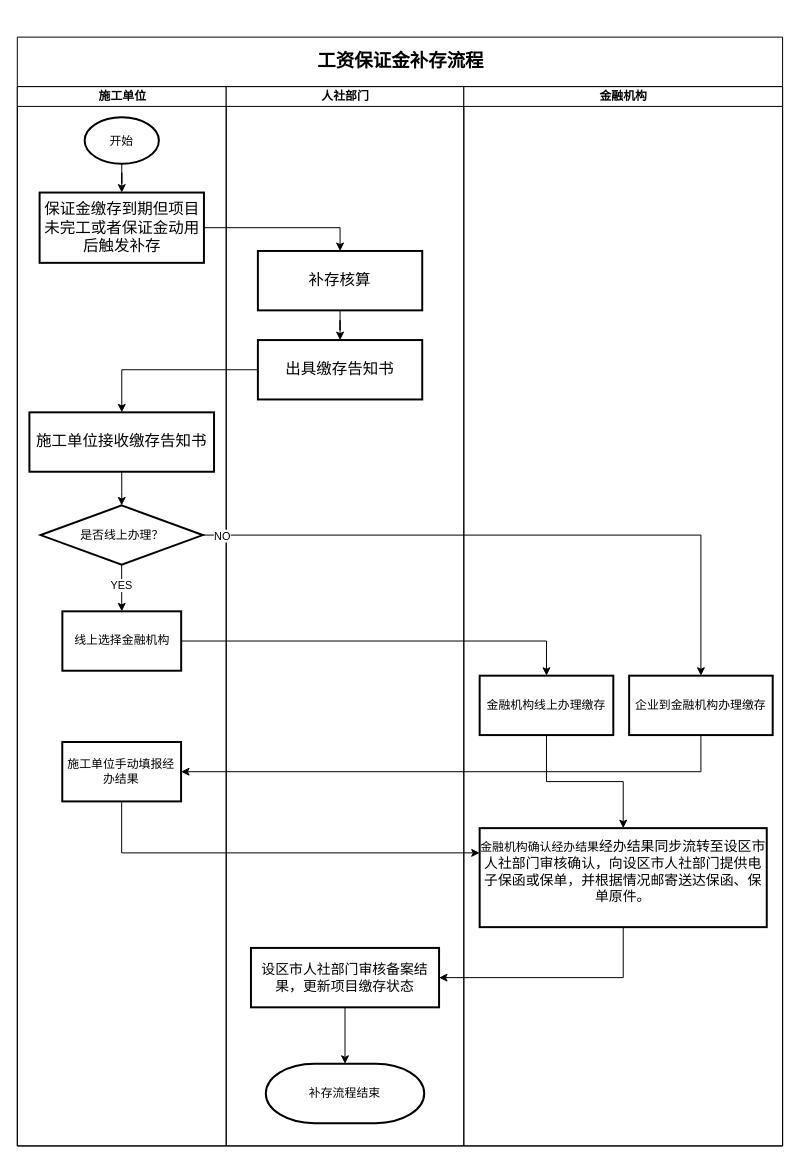
coderjbin/drawio keeps this draw.io diagram as page "工资保证金补存流程" (2 of 4) of 农民工工资详细设计流程图.drawio. Above is the earlier version. Source tidied: cells renumbered, new cells numbered last; positions are measured from the earlier drawing's top-left corner, leaving out a move shared by most shapes. Both pictures are drawn from the tidied source at 99%, with x=0, y=0 at pixel (17, 37).
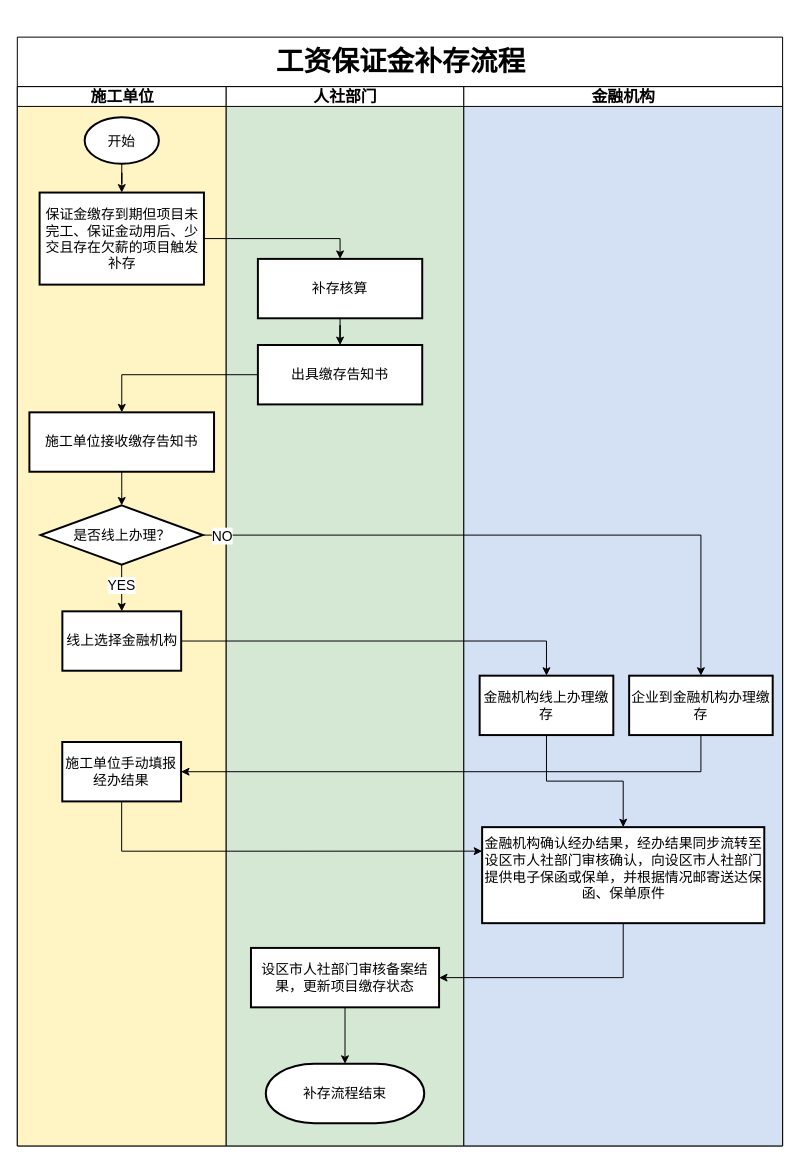
The same page after the edit.

Change to the diagram source:
```diff
@@
-    <mxCell id="2" value="&lt;p style=&quot;text-align:left;&quot; class=&quot;MsoNormal&quot;&gt;&lt;b&gt;&lt;span style=&quot;font-family: 方正仿宋_GB2312; font-size: 14pt;&quot;&gt;工资保证金补存流程&lt;/span&gt;&lt;/b&gt;&lt;b&gt;&lt;span style=&quot;font-family: 方正仿宋_GB2312; font-size: 14pt;&quot;&gt;&lt;/span&gt;&lt;/b&gt;&lt;/p&gt;" style="swimlane;startSize=50;html=1;" parent="1" vertex="1">
+    <mxCell id="2" value="&lt;p class=&quot;MsoNormal&quot; style=&quot;text-align: left; font-size: 28px;&quot;&gt;&lt;b style=&quot;font-size: 28px;&quot;&gt;&lt;span style=&quot;font-size: 28px;&quot;&gt;工资保证金补存流程&lt;/span&gt;&lt;/b&gt;&lt;b style=&quot;font-size: 28px;&quot;&gt;&lt;span style=&quot;font-size: 28px;&quot;&gt;&lt;/span&gt;&lt;/b&gt;&lt;/p&gt;" style="swimlane;startSize=50;html=1;fontFamily=Helvetica;fontSize=28;" parent="1" vertex="1">
       <mxGeometry width="773" height="1120" as="geometry" />
     </mxCell>
-    <mxCell id="3" value="施工单位" style="swimlane;startSize=20;html=1;" parent="2" vertex="1">
+    <mxCell id="3" value="施工单位" style="swimlane;startSize=20;html=1;fontFamily=Helvetica;fontSize=16;swimlaneFillColor=#FFF4C3;" parent="2" vertex="1">
       <mxGeometry y="50" width="211" height="1070" as="geometry" />
     </mxCell>
-    <mxCell id="4" value="开始" style="strokeWidth=2;html=1;shape=mxgraph.flowchart.start_2;whiteSpace=wrap;" parent="3" vertex="1">
+    <mxCell id="4" value="开始" style="strokeWidth=2;html=1;shape=mxgraph.flowchart.start_2;whiteSpace=wrap;fontFamily=Helvetica;fontSize=14;" parent="3" vertex="1">
       <mxGeometry x="68" y="31" width="75" height="47" as="geometry" />
     </mxCell>
-    <mxCell id="5" value="&lt;p class=&quot;MsoNormal&quot;&gt;&lt;span style=&quot;font-family: 方正仿宋_GB2312;&quot;&gt;&lt;font style=&quot;font-size: 15.6667px;&quot;&gt;保证金缴存到期但项目未完工或者保证金动用后触发补存&lt;/font&gt;&lt;/span&gt;&lt;/p&gt;" style="whiteSpace=wrap;html=1;strokeWidth=2;" parent="3" vertex="1">
-      <mxGeometry x="22.5" y="107" width="166" height="71" as="geometry" />
+    <mxCell id="5" value="&lt;p style=&quot;font-size: 14px;&quot; class=&quot;MsoNormal&quot;&gt;&lt;span style=&quot;font-size: 14px;&quot;&gt;&lt;font style=&quot;font-size: 14px;&quot;&gt;保证金缴存到期但项目未完工、保证金动用后、&lt;/font&gt;&lt;/span&gt;&lt;span style=&quot;background-color: initial; font-size: 14px;&quot;&gt;少交且存在欠薪的项目&lt;/span&gt;&lt;span style=&quot;font-size: 14px; background-color: initial;&quot;&gt;触发补存&lt;/span&gt;&lt;/p&gt;" style="whiteSpace=wrap;html=1;strokeWidth=2;fontFamily=Helvetica;fontSize=14;" parent="3" vertex="1">
+      <mxGeometry x="22.5" y="107" width="166" height="93" as="geometry" />
     </mxCell>
-    <mxCell id="6" style="edgeStyle=orthogonalEdgeStyle;rounded=0;jettySize=auto;html=1;" parent="3" edge="1" source="4" target="5">
+    <mxCell id="6" style="edgeStyle=orthogonalEdgeStyle;rounded=0;jettySize=auto;html=1;fontFamily=Helvetica;fontSize=14;" parent="3" edge="1" source="4" target="5">
       <mxGeometry relative="1" as="geometry" />
     </mxCell>
-    <mxCell id="7" value="&lt;p class=&quot;MsoNormal&quot;&gt;&lt;span style=&quot;font-family: 方正仿宋_GB2312;&quot;&gt;&lt;font style=&quot;font-size: 15.6667px;&quot;&gt;施工单位接收缴存告知书&lt;/font&gt;&lt;/span&gt;&lt;/p&gt;" style="whiteSpace=wrap;html=1;strokeWidth=2;" parent="3" vertex="1">
+    <mxCell id="7" value="&lt;p style=&quot;font-size: 14px;&quot; class=&quot;MsoNormal&quot;&gt;&lt;span style=&quot;font-size: 14px;&quot;&gt;&lt;font style=&quot;font-size: 14px;&quot;&gt;施工单位接收缴存告知书&lt;/font&gt;&lt;/span&gt;&lt;/p&gt;" style="whiteSpace=wrap;html=1;strokeWidth=2;fontFamily=Helvetica;fontSize=14;" parent="3" vertex="1">
       <mxGeometry x="12.2" y="329" width="186.5" height="60" as="geometry" />
     </mxCell>
-    <mxCell id="8" value="是否线上办理？" style="rhombus;whiteSpace=wrap;html=1;strokeWidth=2;" parent="3" vertex="1">
+    <mxCell id="8" value="是否线上办理？" style="rhombus;whiteSpace=wrap;html=1;strokeWidth=2;fontFamily=Helvetica;fontSize=14;" parent="3" vertex="1">
       <mxGeometry x="23.5" y="423" width="163.8" height="60" as="geometry" />
     </mxCell>
-    <mxCell id="9" style="edgeStyle=orthogonalEdgeStyle;rounded=0;jettySize=auto;html=1;exitX=0.5;exitY=1;exitDx=0;exitDy=0;" parent="3" edge="1" source="7" target="8">
+    <mxCell id="9" style="edgeStyle=orthogonalEdgeStyle;rounded=0;jettySize=auto;html=1;exitX=0.5;exitY=1;exitDx=0;exitDy=0;fontFamily=Helvetica;fontSize=14;" parent="3" edge="1" source="7" target="8">
       <mxGeometry relative="1" as="geometry" />
     </mxCell>
-    <mxCell id="10" value="线上选择金融机构" style="whiteSpace=wrap;html=1;strokeWidth=2;" parent="3" vertex="1">
+    <mxCell id="10" value="线上选择金融机构" style="whiteSpace=wrap;html=1;strokeWidth=2;fontFamily=Helvetica;fontSize=14;" parent="3" vertex="1">
       <mxGeometry x="45.5" y="530" width="120" height="60" as="geometry" />
     </mxCell>
-    <mxCell id="11" style="edgeStyle=orthogonalEdgeStyle;rounded=0;jettySize=auto;html=1;" parent="3" edge="1" source="8" target="10">
+    <mxCell id="11" style="edgeStyle=orthogonalEdgeStyle;rounded=0;jettySize=auto;html=1;fontFamily=Helvetica;fontSize=14;" parent="3" edge="1" source="8" target="10">
       <mxGeometry relative="1" as="geometry" />
     </mxCell>
-    <mxCell id="12" value="YES" style="edgeLabel;html=1;align=center;verticalAlign=middle;" parent="11" vertex="1">
+    <mxCell id="12" value="YES" style="edgeLabel;html=1;align=center;verticalAlign=middle;fontFamily=Helvetica;fontSize=14;" parent="11" vertex="1">
       <mxGeometry x="-0.14" y="-1" relative="1" as="geometry" />
     </mxCell>
-    <mxCell id="13" value="施工单位手动填报经办结果" style="whiteSpace=wrap;html=1;strokeWidth=2;" parent="3" vertex="1">
+    <mxCell id="13" value="施工单位手动填报经办结果" style="whiteSpace=wrap;html=1;strokeWidth=2;fontFamily=Helvetica;fontSize=14;" parent="3" vertex="1">
       <mxGeometry x="45.4" y="662" width="120" height="60" as="geometry" />
     </mxCell>
-    <mxCell id="14" value="人社部门" style="swimlane;startSize=20;html=1;" parent="2" vertex="1">
+    <mxCell id="14" value="人社部门" style="swimlane;startSize=20;html=1;fontFamily=Helvetica;fontSize=16;swimlaneFillColor=#D5E8D4;" parent="2" vertex="1">
       <mxGeometry x="211" y="50" width="240" height="1070" as="geometry" />
     </mxCell>
-    <mxCell id="15" style="edgeStyle=orthogonalEdgeStyle;rounded=0;jettySize=auto;html=1;" parent="14" edge="1" source="16" target="17">
+    <mxCell id="15" style="edgeStyle=orthogonalEdgeStyle;rounded=0;jettySize=auto;html=1;fontFamily=Helvetica;fontSize=14;" parent="14" edge="1" source="16" target="17">
       <mxGeometry relative="1" as="geometry" />
     </mxCell>
-    <mxCell id="16" value="&lt;p class=&quot;MsoNormal&quot;&gt;&lt;span style=&quot;font-family: 方正仿宋_GB2312;&quot;&gt;&lt;font style=&quot;font-size: 15.6667px;&quot;&gt;补存核算&lt;/font&gt;&lt;/span&gt;&lt;/p&gt;" style="whiteSpace=wrap;html=1;strokeWidth=2;" parent="14" vertex="1">
-      <mxGeometry x="32" y="166" width="166" height="60" as="geometry" />
+    <mxCell id="16" value="&lt;p style=&quot;font-size: 14px;&quot; class=&quot;MsoNormal&quot;&gt;&lt;span style=&quot;font-size: 14px;&quot;&gt;&lt;font style=&quot;font-size: 14px;&quot;&gt;补存核算&lt;/font&gt;&lt;/span&gt;&lt;/p&gt;" style="whiteSpace=wrap;html=1;strokeWidth=2;fontFamily=Helvetica;fontSize=14;" parent="14" vertex="1">
+      <mxGeometry x="32" y="174" width="166" height="60" as="geometry" />
     </mxCell>
-    <mxCell id="17" value="&lt;p class=&quot;MsoNormal&quot;&gt;&lt;span style=&quot;font-family: 方正仿宋_GB2312;&quot;&gt;&lt;font style=&quot;font-size: 15.6667px;&quot;&gt;出具缴存告知书&lt;/font&gt;&lt;/span&gt;&lt;/p&gt;" style="whiteSpace=wrap;html=1;strokeWidth=2;" parent="14" vertex="1">
-      <mxGeometry x="32" y="256" width="166" height="60" as="geometry" />
+    <mxCell id="17" value="&lt;p style=&quot;font-size: 14px;&quot; class=&quot;MsoNormal&quot;&gt;&lt;span style=&quot;font-size: 14px;&quot;&gt;&lt;font style=&quot;font-size: 14px;&quot;&gt;出具缴存告知书&lt;/font&gt;&lt;/span&gt;&lt;/p&gt;" style="whiteSpace=wrap;html=1;strokeWidth=2;fontFamily=Helvetica;fontSize=14;" parent="14" vertex="1">
+      <mxGeometry x="32" y="261" width="166" height="60" as="geometry" />
     </mxCell>
-    <mxCell id="18" value="补存流程结束" style="strokeWidth=2;html=1;shape=mxgraph.flowchart.terminator;whiteSpace=wrap;" parent="14" vertex="1">
+    <mxCell id="18" value="补存流程结束" style="strokeWidth=2;html=1;shape=mxgraph.flowchart.terminator;whiteSpace=wrap;fontFamily=Helvetica;fontSize=14;" parent="14" vertex="1">
       <mxGeometry x="40" y="987" width="160" height="60" as="geometry" />
     </mxCell>
-    <mxCell id="19" value="&lt;p class=&quot;MsoNormal&quot;&gt;&lt;span style=&quot;font-family: 宋体; font-size: 10.5pt;&quot;&gt;设区市人社部门审核备案结果，更新项目缴存状态&lt;/span&gt;&lt;/p&gt;" style="whiteSpace=wrap;html=1;strokeWidth=2;" parent="14" vertex="1">
+    <mxCell id="19" value="&lt;p style=&quot;font-size: 14px;&quot; class=&quot;MsoNormal&quot;&gt;&lt;span style=&quot;font-size: 14px;&quot;&gt;设区市人社部门审核备案结果，更新项目缴存状态&lt;/span&gt;&lt;/p&gt;" style="whiteSpace=wrap;html=1;strokeWidth=2;fontFamily=Helvetica;fontSize=14;" parent="14" vertex="1">
       <mxGeometry x="25" y="870" width="190" height="60" as="geometry" />
     </mxCell>
-    <mxCell id="20" style="edgeStyle=orthogonalEdgeStyle;rounded=0;jettySize=auto;html=1;entryX=0.5;entryY=0;entryDx=0;entryDy=0;entryPerimeter=0;" parent="14" edge="1" source="19" target="18">
+    <mxCell id="20" style="edgeStyle=orthogonalEdgeStyle;rounded=0;jettySize=auto;html=1;entryX=0.5;entryY=0;entryDx=0;entryDy=0;entryPerimeter=0;fontFamily=Helvetica;fontSize=14;" parent="14" edge="1" source="19" target="18">
       <mxGeometry relative="1" as="geometry" />
     </mxCell>
-    <mxCell id="21" style="edgeStyle=orthogonalEdgeStyle;rounded=0;jettySize=auto;html=1;entryX=0.5;entryY=0;entryDx=0;entryDy=0;" parent="2" edge="1" source="5" target="16">
+    <mxCell id="21" style="edgeStyle=orthogonalEdgeStyle;rounded=0;jettySize=auto;html=1;entryX=0.5;entryY=0;entryDx=0;entryDy=0;fontFamily=Helvetica;fontSize=14;" parent="2" edge="1" source="5" target="16">
       <mxGeometry relative="1" as="geometry" />
     </mxCell>
-    <mxCell id="22" style="edgeStyle=orthogonalEdgeStyle;rounded=0;jettySize=auto;html=1;" parent="2" edge="1" source="17" target="7">
+    <mxCell id="22" style="edgeStyle=orthogonalEdgeStyle;rounded=0;jettySize=auto;html=1;fontFamily=Helvetica;fontSize=14;" parent="2" edge="1" source="17" target="7">
       <mxGeometry relative="1" as="geometry" />
     </mxCell>
-    <mxCell id="23" value="金融机构" style="swimlane;startSize=20;html=1;" parent="2" vertex="1">
+    <mxCell id="23" value="金融机构" style="swimlane;startSize=20;html=1;fontFamily=Helvetica;fontSize=16;swimlaneFillColor=#D4E1F5;" parent="2" vertex="1">
       <mxGeometry x="451" y="50" width="322" height="1070" as="geometry" />
     </mxCell>
-    <mxCell id="24" value="企业到金融机构办理缴存" style="whiteSpace=wrap;html=1;strokeWidth=2;" parent="23" vertex="1">
+    <mxCell id="24" value="企业到金融机构办理缴存" style="whiteSpace=wrap;html=1;strokeWidth=2;fontFamily=Helvetica;fontSize=14;" parent="23" vertex="1">
       <mxGeometry x="167" y="595" width="145" height="60" as="geometry" />
     </mxCell>
-    <mxCell id="25" style="edgeStyle=orthogonalEdgeStyle;rounded=0;jettySize=auto;html=1;entryX=0.5;entryY=0;entryDx=0;entryDy=0;" parent="23" edge="1" source="26" target="27">
+    <mxCell id="25" style="edgeStyle=orthogonalEdgeStyle;rounded=0;jettySize=auto;html=1;entryX=0.5;entryY=0;entryDx=0;entryDy=0;fontFamily=Helvetica;fontSize=14;" parent="23" edge="1" source="26" target="27">
       <mxGeometry relative="1" as="geometry" />
     </mxCell>
-    <mxCell id="26" value="金融机构线上办理缴存" style="whiteSpace=wrap;html=1;strokeWidth=2;" parent="23" vertex="1">
+    <mxCell id="26" value="金融机构线上办理缴存" style="whiteSpace=wrap;html=1;strokeWidth=2;fontFamily=Helvetica;fontSize=14;" parent="23" vertex="1">
       <mxGeometry x="16" y="595" width="135" height="60" as="geometry" />
     </mxCell>
-    <mxCell id="27" value="金融机构确认经办结果&lt;span style=&quot;text-indent: -94.5pt; background-color: initial; font-family: 宋体; font-size: 10.5pt;&quot;&gt;经办结果同步流转至&lt;/span&gt;&lt;span style=&quot;text-indent: -94.5pt; background-color: initial; font-family: 宋体; font-size: 10.5pt;&quot;&gt;设区市人社部门审核确认，向&lt;/span&gt;&lt;span style=&quot;text-indent: -94.5pt; background-color: initial; font-family: 宋体; font-size: 10.5pt;&quot;&gt;设区市人社部门提供电子保函或保单，并根据情况邮寄送达保函、保单原件。&lt;/span&gt;&lt;p style=&quot;margin-left:94.5000pt;text-indent:-94.5000pt;mso-char-indent-count:-9.0000;&quot; class=&quot;MsoNormal&quot;&gt;&lt;span style=&quot;font-family: 宋体; font-size: 10.5pt;&quot;&gt;&lt;/span&gt;&lt;/p&gt;" style="whiteSpace=wrap;html=1;strokeWidth=2;" parent="23" vertex="1">
-      <mxGeometry x="16" y="749" width="290" height="100" as="geometry" />
+    <mxCell id="27" value="金融机构确认经办结果，&lt;span style=&quot;text-indent: -94.5pt; background-color: initial; font-size: 14px;&quot;&gt;经办结果同步流转至&lt;/span&gt;&lt;span style=&quot;text-indent: -94.5pt; background-color: initial; font-size: 14px;&quot;&gt;设区市人社部门审核确认，向&lt;/span&gt;&lt;span style=&quot;text-indent: -94.5pt; background-color: initial; font-size: 14px;&quot;&gt;设区市人社部门提供电子保函或保单，并根据情况邮寄送达保函、保单原件&lt;/span&gt;&lt;p class=&quot;MsoNormal&quot; style=&quot;margin-left: 94.5pt; text-indent: -94.5pt; font-size: 14px;&quot;&gt;&lt;span style=&quot;font-size: 14px;&quot;&gt;&lt;/span&gt;&lt;/p&gt;" style="whiteSpace=wrap;html=1;strokeWidth=2;fontFamily=Helvetica;fontSize=14;" parent="23" vertex="1">
+      <mxGeometry x="18.5" y="748" width="285" height="97" as="geometry" />
     </mxCell>
-    <mxCell id="28" style="edgeStyle=orthogonalEdgeStyle;rounded=0;jettySize=auto;html=1;exitX=1;exitY=0.5;exitDx=0;exitDy=0;" parent="2" edge="1" source="8" target="24">
+    <mxCell id="28" style="edgeStyle=orthogonalEdgeStyle;rounded=0;jettySize=auto;html=1;exitX=1;exitY=0.5;exitDx=0;exitDy=0;fontFamily=Helvetica;fontSize=14;" parent="2" edge="1" source="8" target="24">
       <mxGeometry relative="1" as="geometry" />
     </mxCell>
-    <mxCell id="29" value="NO" style="edgeLabel;html=1;align=center;verticalAlign=middle;" parent="28" vertex="1">
+    <mxCell id="29" value="NO" style="edgeLabel;html=1;align=center;verticalAlign=middle;fontFamily=Helvetica;fontSize=14;" parent="28" vertex="1">
       <mxGeometry x="-0.94" relative="1" as="geometry" />
     </mxCell>
-    <mxCell id="30" style="edgeStyle=orthogonalEdgeStyle;rounded=0;jettySize=auto;html=1;" parent="2" edge="1" source="10" target="26">
+    <mxCell id="30" style="edgeStyle=orthogonalEdgeStyle;rounded=0;jettySize=auto;html=1;fontFamily=Helvetica;fontSize=14;" parent="2" edge="1" source="10" target="26">
       <mxGeometry relative="1" as="geometry" />
     </mxCell>
-    <mxCell id="31" style="edgeStyle=orthogonalEdgeStyle;rounded=0;jettySize=auto;html=1;entryX=1;entryY=0.5;entryDx=0;entryDy=0;exitX=0.5;exitY=1;exitDx=0;exitDy=0;" parent="2" edge="1" source="24" target="13">
+    <mxCell id="31" style="edgeStyle=orthogonalEdgeStyle;rounded=0;jettySize=auto;html=1;entryX=1;entryY=0.5;entryDx=0;entryDy=0;exitX=0.5;exitY=1;exitDx=0;exitDy=0;fontFamily=Helvetica;fontSize=14;" parent="2" edge="1" source="24" target="13">
       <mxGeometry relative="1" as="geometry" />
     </mxCell>
-    <mxCell id="32" style="edgeStyle=orthogonalEdgeStyle;rounded=0;jettySize=auto;html=1;entryX=0;entryY=0.25;entryDx=0;entryDy=0;exitX=0.5;exitY=1;exitDx=0;exitDy=0;" parent="2" edge="1" source="13" target="27">
+    <mxCell id="32" style="edgeStyle=orthogonalEdgeStyle;rounded=0;jettySize=auto;html=1;entryX=0;entryY=0.25;entryDx=0;entryDy=0;exitX=0.5;exitY=1;exitDx=0;exitDy=0;fontFamily=Helvetica;fontSize=14;" parent="2" edge="1" source="13" target="27">
       <mxGeometry relative="1" as="geometry" />
     </mxCell>
-    <mxCell id="33" style="edgeStyle=orthogonalEdgeStyle;rounded=0;jettySize=auto;html=1;entryX=1;entryY=0.5;entryDx=0;entryDy=0;exitX=0.5;exitY=1;exitDx=0;exitDy=0;" parent="2" edge="1" source="27" target="19">
+    <mxCell id="33" style="edgeStyle=orthogonalEdgeStyle;rounded=0;jettySize=auto;html=1;entryX=1;entryY=0.5;entryDx=0;entryDy=0;exitX=0.5;exitY=1;exitDx=0;exitDy=0;fontFamily=Helvetica;fontSize=14;" parent="2" edge="1" source="27" target="19">
       <mxGeometry relative="1" as="geometry" />
     </mxCell>
```
